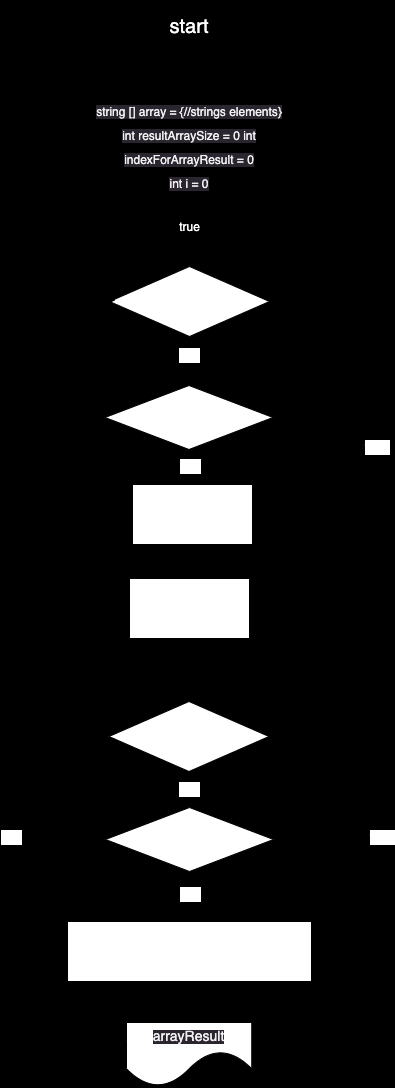
Earlier version of the draw.io export diagram.drawio.png (kurkinajulia/finalProject). Source tidied: cells renumbered, new cells last; positions are measured from the earlier drawing's top-left corner, leaving out a move shared by most shapes.
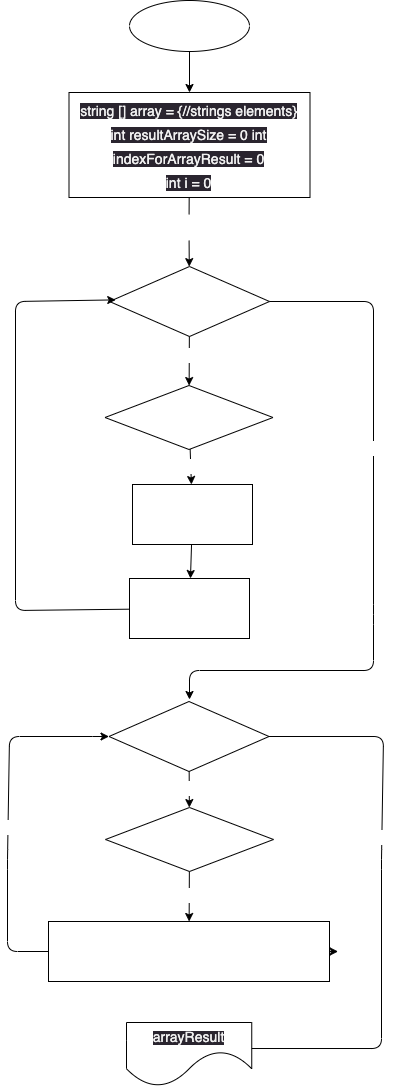
After the change.

The edit, as a diff of the source:
```diff
@@ -1,4 +1,4 @@
-<mxGraphModel background="#000000">
+<mxGraphModel background="#FFFFFF">
   <root>
     <mxCell id="0" />
     <mxCell id="1" parent="0" />
@@ -8,16 +8,16 @@
     <mxCell id="3" value="&lt;font color=&quot;#ffffff&quot; style=&quot;font-size: 20px;&quot;&gt;start&lt;/font&gt;" style="ellipse;whiteSpace=wrap;html=1;fillColor=none;gradientColor=default;" parent="2" vertex="1">
       <mxGeometry x="122" width="120" height="51" as="geometry" />
     </mxCell>
-    <mxCell id="4" value="&lt;font style=&quot;font-size: 12px;&quot;&gt;&lt;span style=&quot;color: rgb(240, 240, 240); font-family: Helvetica; font-style: normal; font-variant-ligatures: normal; font-variant-caps: normal; font-weight: 400; letter-spacing: normal; orphans: 2; text-align: center; text-indent: 0px; text-transform: none; widows: 2; word-spacing: 0px; -webkit-text-stroke-width: 0px; background-color: rgb(42, 37, 47); text-decoration-thickness: initial; text-decoration-style: initial; text-decoration-color: initial; float: none; display: inline !important;&quot;&gt;string [] array = {//strings elements}&lt;br&gt;int resultArraySize = 0 int&lt;/span&gt;&lt;br style=&quot;border-color: rgb(0, 0, 0); color: rgb(240, 240, 240); font-family: Helvetica; font-style: normal; font-variant-ligatures: normal; font-variant-caps: normal; font-weight: 400; letter-spacing: normal; orphans: 2; text-align: center; text-indent: 0px; text-transform: none; widows: 2; word-spacing: 0px; -webkit-text-stroke-width: 0px; background-color: rgb(42, 37, 47); text-decoration-thickness: initial; text-decoration-style: initial; text-decoration-color: initial;&quot;&gt;&lt;span style=&quot;color: rgb(240, 240, 240); font-family: Helvetica; font-style: normal; font-variant-ligatures: normal; font-variant-caps: normal; font-weight: 400; letter-spacing: normal; orphans: 2; text-align: center; text-indent: 0px; text-transform: none; widows: 2; word-spacing: 0px; -webkit-text-stroke-width: 0px; background-color: rgb(42, 37, 47); text-decoration-thickness: initial; text-decoration-style: initial; text-decoration-color: initial; float: none; display: inline !important;&quot;&gt;indexForArrayResult = 0&lt;/span&gt;&lt;br style=&quot;border-color: rgb(0, 0, 0); color: rgb(240, 240, 240); font-family: Helvetica; font-style: normal; font-variant-ligatures: normal; font-variant-caps: normal; font-weight: 400; letter-spacing: normal; orphans: 2; text-align: center; text-indent: 0px; text-transform: none; widows: 2; word-spacing: 0px; -webkit-text-stroke-width: 0px; background-color: rgb(42, 37, 47); text-decoration-thickness: initial; text-decoration-style: initial; text-decoration-color: initial;&quot;&gt;&lt;span style=&quot;color: rgb(240, 240, 240); font-family: Helvetica; font-style: normal; font-variant-ligatures: normal; font-variant-caps: normal; font-weight: 400; letter-spacing: normal; orphans: 2; text-align: center; text-indent: 0px; text-transform: none; widows: 2; word-spacing: 0px; -webkit-text-stroke-width: 0px; background-color: rgb(42, 37, 47); text-decoration-thickness: initial; text-decoration-style: initial; text-decoration-color: initial; float: none; display: inline !important;&quot;&gt;int i = 0&lt;/span&gt;&lt;/font&gt;" style="rounded=0;whiteSpace=wrap;html=1;fontSize=20;fillColor=none;gradientColor=default;" parent="2" vertex="1">
-      <mxGeometry x="77" y="92" width="210" height="105" as="geometry" />
+    <mxCell id="4" value="&lt;font style=&quot;font-size: 14px;&quot;&gt;&lt;span style=&quot;color: rgb(240, 240, 240); font-family: Helvetica; font-style: normal; font-variant-ligatures: normal; font-variant-caps: normal; font-weight: 400; letter-spacing: normal; orphans: 2; text-align: center; text-indent: 0px; text-transform: none; widows: 2; word-spacing: 0px; -webkit-text-stroke-width: 0px; background-color: rgb(42, 37, 47); text-decoration-thickness: initial; text-decoration-style: initial; text-decoration-color: initial; float: none; display: inline !important;&quot;&gt;string [] array = {//strings elements}&lt;br&gt;int resultArraySize = 0 int&lt;/span&gt;&lt;br style=&quot;border-color: rgb(0, 0, 0); color: rgb(240, 240, 240); font-family: Helvetica; font-style: normal; font-variant-ligatures: normal; font-variant-caps: normal; font-weight: 400; letter-spacing: normal; orphans: 2; text-align: center; text-indent: 0px; text-transform: none; widows: 2; word-spacing: 0px; -webkit-text-stroke-width: 0px; background-color: rgb(42, 37, 47); text-decoration-thickness: initial; text-decoration-style: initial; text-decoration-color: initial;&quot;&gt;&lt;span style=&quot;color: rgb(240, 240, 240); font-family: Helvetica; font-style: normal; font-variant-ligatures: normal; font-variant-caps: normal; font-weight: 400; letter-spacing: normal; orphans: 2; text-align: center; text-indent: 0px; text-transform: none; widows: 2; word-spacing: 0px; -webkit-text-stroke-width: 0px; background-color: rgb(42, 37, 47); text-decoration-thickness: initial; text-decoration-style: initial; text-decoration-color: initial; float: none; display: inline !important;&quot;&gt;indexForArrayResult = 0&lt;/span&gt;&lt;br style=&quot;border-color: rgb(0, 0, 0); color: rgb(240, 240, 240); font-family: Helvetica; font-style: normal; font-variant-ligatures: normal; font-variant-caps: normal; font-weight: 400; letter-spacing: normal; orphans: 2; text-align: center; text-indent: 0px; text-transform: none; widows: 2; word-spacing: 0px; -webkit-text-stroke-width: 0px; background-color: rgb(42, 37, 47); text-decoration-thickness: initial; text-decoration-style: initial; text-decoration-color: initial;&quot;&gt;&lt;span style=&quot;color: rgb(240, 240, 240); font-family: Helvetica; font-style: normal; font-variant-ligatures: normal; font-variant-caps: normal; font-weight: 400; letter-spacing: normal; orphans: 2; text-align: center; text-indent: 0px; text-transform: none; widows: 2; word-spacing: 0px; -webkit-text-stroke-width: 0px; background-color: rgb(42, 37, 47); text-decoration-thickness: initial; text-decoration-style: initial; text-decoration-color: initial; float: none; display: inline !important;&quot;&gt;int i = 0&lt;/span&gt;&lt;/font&gt;" style="rounded=0;whiteSpace=wrap;html=1;fontSize=20;fillColor=none;gradientColor=default;" parent="2" vertex="1">
+      <mxGeometry x="61.5" y="92" width="241" height="105" as="geometry" />
     </mxCell>
     <mxCell id="5" style="edgeStyle=none;html=1;" parent="2" edge="1" source="3" target="4">
       <mxGeometry relative="1" as="geometry" />
     </mxCell>
-    <mxCell id="6" value="&lt;span style=&quot;font-family: &amp;quot;YS Text&amp;quot;, arial, helvetica, sans-serif; text-align: start;&quot;&gt;&lt;font style=&quot;font-size: 12px;&quot; color=&quot;#ffffff&quot;&gt;i &amp;lt; array.Length&lt;/font&gt;&lt;/span&gt;" style="rhombus;whiteSpace=wrap;html=1;fontSize=14;" parent="2" vertex="1">
+    <mxCell id="6" value="&lt;span style=&quot;font-family: &amp;quot;YS Text&amp;quot;, arial, helvetica, sans-serif; text-align: start;&quot;&gt;&lt;font style=&quot;font-size: 14px;&quot; color=&quot;#ffffff&quot;&gt;i &amp;lt; array.Length&lt;/font&gt;&lt;/span&gt;" style="rhombus;whiteSpace=wrap;html=1;fontSize=14;" parent="2" vertex="1">
       <mxGeometry x="102" y="266" width="160" height="70" as="geometry" />
     </mxCell>
-    <mxCell id="7" value="&lt;span style=&quot;font-family: &amp;quot;YS Text&amp;quot;, arial, helvetica, sans-serif; text-align: start;&quot;&gt;&lt;font style=&quot;font-size: 12px;&quot;&gt;array[i].Length &amp;lt;= 3&lt;/font&gt;&lt;/span&gt;" style="rhombus;whiteSpace=wrap;html=1;fontSize=14;labelBackgroundColor=none;fontColor=#FFFFFF;" parent="2" vertex="1">
+    <mxCell id="7" value="&lt;span style=&quot;font-family: &amp;quot;YS Text&amp;quot;, arial, helvetica, sans-serif; text-align: start;&quot;&gt;&lt;font style=&quot;font-size: 14px;&quot;&gt;array[i].Length &amp;lt;= 3&lt;/font&gt;&lt;/span&gt;" style="rhombus;whiteSpace=wrap;html=1;fontSize=14;labelBackgroundColor=none;fontColor=#FFFFFF;" parent="2" vertex="1">
       <mxGeometry x="97.5" y="385" width="168" height="64" as="geometry" />
     </mxCell>
     <mxCell id="8" style="edgeStyle=none;html=1;fontSize=14;fontColor=#FFFFFF;" parent="2" edge="1" source="6" target="7">
@@ -28,7 +28,7 @@
         <mxPoint x="-7" y="-5" as="offset" />
       </mxGeometry>
     </mxCell>
-    <mxCell id="10" value="&lt;span style=&quot;font-family: &amp;quot;YS Text&amp;quot;, arial, helvetica, sans-serif; font-style: normal; font-variant-ligatures: normal; font-variant-caps: normal; font-weight: 400; letter-spacing: normal; orphans: 2; text-align: start; text-indent: 0px; text-transform: none; widows: 2; word-spacing: 0px; -webkit-text-stroke-width: 0px; text-decoration-thickness: initial; text-decoration-style: initial; text-decoration-color: initial; float: none; display: inline !important;&quot;&gt;&lt;font style=&quot;font-size: 12px;&quot;&gt;resultArraySize++&lt;/font&gt;&lt;/span&gt;" style="rounded=0;whiteSpace=wrap;html=1;labelBackgroundColor=none;fontSize=14;fontColor=#FFFFFF;" parent="2" vertex="1">
+    <mxCell id="10" value="&lt;span style=&quot;font-family: &amp;quot;YS Text&amp;quot;, arial, helvetica, sans-serif; font-style: normal; font-variant-ligatures: normal; font-variant-caps: normal; font-weight: 400; letter-spacing: normal; orphans: 2; text-align: start; text-indent: 0px; text-transform: none; widows: 2; word-spacing: 0px; -webkit-text-stroke-width: 0px; text-decoration-thickness: initial; text-decoration-style: initial; text-decoration-color: initial; float: none; display: inline !important;&quot;&gt;&lt;font style=&quot;font-size: 14px;&quot;&gt;resultArraySize++&lt;/font&gt;&lt;/span&gt;" style="rounded=0;whiteSpace=wrap;html=1;labelBackgroundColor=none;fontSize=14;fontColor=#FFFFFF;" parent="2" vertex="1">
       <mxGeometry x="125" y="484" width="120" height="60" as="geometry" />
     </mxCell>
     <mxCell id="11" value="true" style="edgeStyle=none;html=1;fontSize=12;fontColor=#FFFFFF;" parent="2" edge="1" source="7" target="10">
@@ -42,7 +42,7 @@
         </Array>
       </mxGeometry>
     </mxCell>
-    <mxCell id="13" value="&lt;span style=&quot;font-family: &amp;quot;YS Text&amp;quot;, arial, helvetica, sans-serif; font-size: 12px; text-align: start;&quot;&gt;index += 1&lt;/span&gt;" style="rounded=0;whiteSpace=wrap;html=1;labelBackgroundColor=none;fontSize=14;fontColor=#FFFFFF;" parent="2" vertex="1">
+    <mxCell id="13" value="&lt;span style=&quot;font-family: &amp;quot;YS Text&amp;quot;, arial, helvetica, sans-serif; text-align: start;&quot;&gt;&lt;font style=&quot;font-size: 14px;&quot;&gt;index += 1&lt;/font&gt;&lt;/span&gt;" style="rounded=0;whiteSpace=wrap;html=1;labelBackgroundColor=none;fontSize=14;fontColor=#FFFFFF;" parent="2" vertex="1">
       <mxGeometry x="122" y="578" width="120" height="60" as="geometry" />
     </mxCell>
     <mxCell id="14" style="edgeStyle=none;html=1;fontSize=12;fontColor=#FFFFFF;" parent="2" edge="1" source="10" target="13">
@@ -71,17 +71,17 @@
     <mxCell id="19" value="false" style="edgeLabel;html=1;align=center;verticalAlign=middle;fontSize=12;fontColor=#FFFFFF;" parent="18" vertex="1">
       <mxGeometry x="-0.27" y="4" relative="1" as="geometry" />
     </mxCell>
-    <mxCell id="20" value="&lt;span style=&quot;font-family: &amp;quot;YS Text&amp;quot;, arial, helvetica, sans-serif; text-align: start;&quot;&gt;&lt;font style=&quot;font-size: 12px;&quot; color=&quot;#ffffff&quot;&gt;i &amp;lt; array.Length&lt;/font&gt;&lt;/span&gt;" style="rhombus;whiteSpace=wrap;html=1;fontSize=14;" parent="2" vertex="1">
+    <mxCell id="20" value="&lt;span style=&quot;font-family: &amp;quot;YS Text&amp;quot;, arial, helvetica, sans-serif; text-align: start;&quot;&gt;&lt;font style=&quot;font-size: 14px;&quot; color=&quot;#ffffff&quot;&gt;i &amp;lt; array.Length&lt;/font&gt;&lt;/span&gt;" style="rhombus;whiteSpace=wrap;html=1;fontSize=14;" parent="2" vertex="1">
       <mxGeometry x="101.5" y="701" width="160" height="70" as="geometry" />
     </mxCell>
-    <mxCell id="21" value="&lt;span style=&quot;font-family: &amp;quot;YS Text&amp;quot;, arial, helvetica, sans-serif; text-align: start;&quot;&gt;&lt;font style=&quot;font-size: 12px;&quot;&gt;array[i].Length &amp;lt;= 3&lt;/font&gt;&lt;/span&gt;" style="rhombus;whiteSpace=wrap;html=1;fontSize=14;labelBackgroundColor=none;fontColor=#FFFFFF;" parent="2" vertex="1">
+    <mxCell id="21" value="&lt;span style=&quot;font-family: &amp;quot;YS Text&amp;quot;, arial, helvetica, sans-serif; text-align: start;&quot;&gt;&lt;font style=&quot;font-size: 14px;&quot;&gt;array[i].Length &amp;lt;= 3&lt;/font&gt;&lt;/span&gt;" style="rhombus;whiteSpace=wrap;html=1;fontSize=14;labelBackgroundColor=none;fontColor=#FFFFFF;" parent="2" vertex="1">
       <mxGeometry x="98" y="807" width="168" height="64" as="geometry" />
     </mxCell>
     <mxCell id="22" value="true" style="edgeStyle=none;html=1;fontSize=12;fontColor=#FFFFFF;" parent="2" edge="1" source="20" target="21">
       <mxGeometry relative="1" as="geometry" />
     </mxCell>
-    <mxCell id="23" value="&lt;span style=&quot;font-family: &amp;quot;YS Text&amp;quot;, arial, helvetica, sans-serif; text-align: start; font-size: 12px;&quot;&gt;&lt;font style=&quot;font-size: 12px;&quot;&gt;arrayResult[indexForResultArray] = array[i] &lt;br&gt;indexForResultArray++&lt;/font&gt;&lt;/span&gt;" style="rounded=0;whiteSpace=wrap;html=1;labelBackgroundColor=none;fontSize=14;fontColor=#FFFFFF;" parent="2" vertex="1">
-      <mxGeometry x="60" y="921" width="244" height="60" as="geometry" />
+    <mxCell id="23" value="&lt;span style=&quot;font-family: &amp;quot;YS Text&amp;quot;, arial, helvetica, sans-serif; text-align: start;&quot;&gt;&lt;font style=&quot;font-size: 14px;&quot;&gt;arrayResult[indexForResultArray] = array[i] &lt;br&gt;indexForResultArray++&lt;/font&gt;&lt;/span&gt;" style="rounded=0;whiteSpace=wrap;html=1;labelBackgroundColor=none;fontSize=14;fontColor=#FFFFFF;" parent="2" vertex="1">
+      <mxGeometry x="41" y="921" width="281" height="60" as="geometry" />
     </mxCell>
     <mxCell id="24" style="edgeStyle=none;html=1;fontSize=12;fontColor=#FFFFFF;" parent="2" edge="1" source="21" target="23">
       <mxGeometry relative="1" as="geometry" />
@@ -120,5 +120,10 @@
     <mxCell id="30" value="&lt;span style=&quot;color: rgb(240, 240, 240); font-family: Helvetica; font-style: normal; font-variant-ligatures: normal; font-variant-caps: normal; font-weight: 400; letter-spacing: normal; orphans: 2; text-align: center; text-indent: 0px; text-transform: none; widows: 2; word-spacing: 0px; -webkit-text-stroke-width: 0px; background-color: rgb(42, 37, 47); text-decoration-thickness: initial; text-decoration-style: initial; text-decoration-color: initial; float: none; display: inline !important;&quot;&gt;&lt;font style=&quot;font-size: 14px;&quot;&gt;arrayResult&lt;/font&gt;&lt;/span&gt;" style="shape=document;whiteSpace=wrap;html=1;boundedLbl=1;labelBackgroundColor=none;fontSize=12;fontColor=#FFFFFF;size=0.5534290271132369;" parent="2" vertex="1">
       <mxGeometry x="119" y="1022" width="125.2" height="64" as="geometry" />
     </mxCell>
+    <mxCell id="31" style="edgeStyle=none;html=1;strokeColor=#000000;fontSize=14;fontColor=#FFFFFF;" parent="1" edge="1" source="23">
+      <mxGeometry relative="1" as="geometry">
+        <mxPoint x="330.6" y="951" as="targetPoint" />
+      </mxGeometry>
+    </mxCell>
   </root>
 </mxGraphModel>
```
